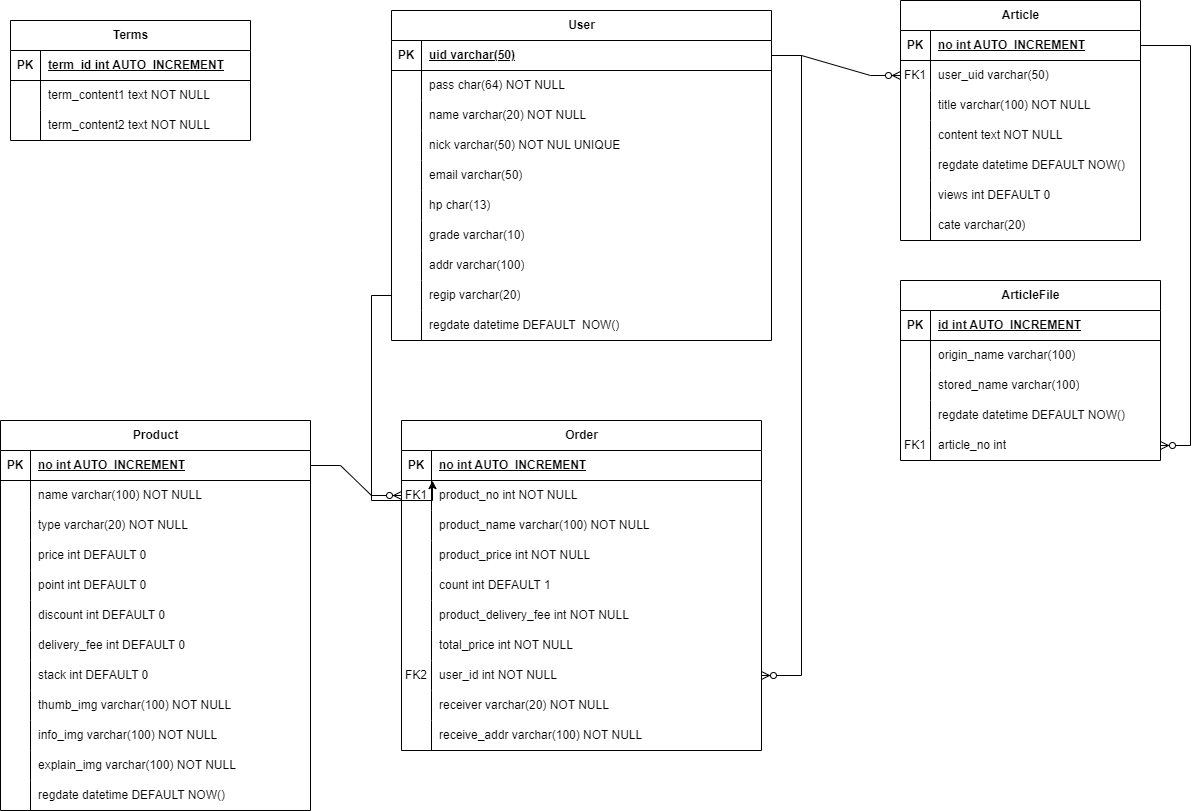
This is Farmstory_JSP/docs/FarmStory.drawio.png from Dangi90/team5, a draw.io export, as it was before one commit. Source tidied: cells renumbered, new cells last; positions are measured from the earlier drawing's top-left corner, leaving out a move shared by most shapes.
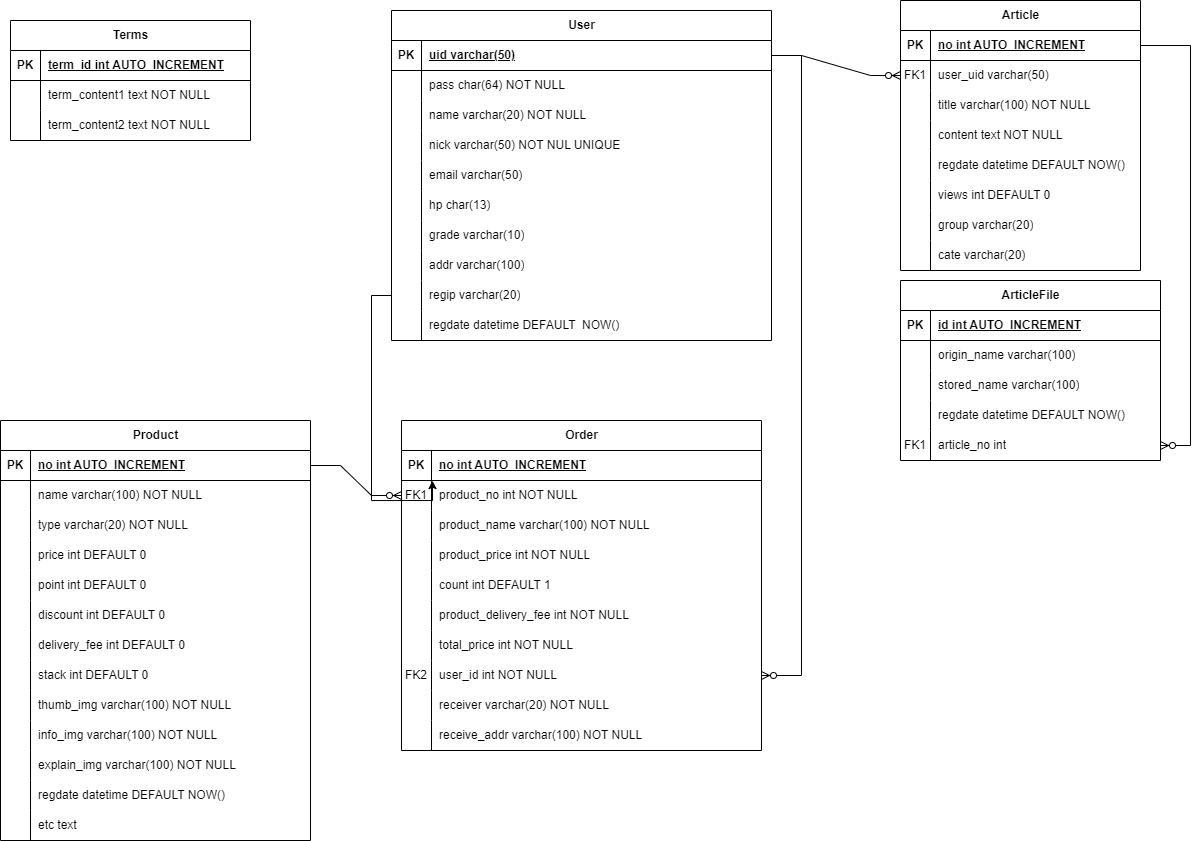
The same file after the commit.

What changed in the source:
```diff
@@ -126,7 +126,7 @@
       <mxGeometry x="30" width="350" height="30" as="geometry" />
     </mxCell>
     <mxCell id="43" value="Article" style="shape=table;startSize=30;rowLines=0;fontStyle=1;align=center;html=1;" parent="1" vertex="1">
-      <mxGeometry x="900" width="240" height="240" as="geometry" />
+      <mxGeometry x="900" width="240" height="270" as="geometry" />
     </mxCell>
     <mxCell id="44" style="shape=tableRow;horizontal=0;startSize=0;swimlaneHead=0;swimlaneBody=0;fillColor=none;points=[[0,0.5],[1,0.5]];portConstraint=eastwest;top=0;left=0;right=0;bottom=1;" parent="43" vertex="1">
       <mxGeometry y="30" width="240" height="30" as="geometry" />
@@ -182,8 +182,17 @@
     <mxCell id="61" value="views int DEFAULT 0" style="shape=partialRectangle;fillColor=none;top=0;left=0;bottom=0;right=0;align=left;spacingLeft=6;overflow=hidden;whiteSpace=wrap;html=1;" parent="59" vertex="1">
       <mxGeometry x="30" width="210" height="30" as="geometry" />
     </mxCell>
+    <mxCell id="154" style="shape=tableRow;horizontal=0;startSize=0;swimlaneHead=0;swimlaneBody=0;fillColor=none;top=0;left=0;right=0;bottom=0;" parent="43" vertex="1">
+      <mxGeometry y="210" width="240" height="30" as="geometry" />
+    </mxCell>
+    <mxCell id="155" style="shape=partialRectangle;fillColor=none;top=0;left=0;bottom=0;right=0;overflow=hidden;whiteSpace=wrap;html=1;" parent="154" vertex="1">
+      <mxGeometry width="30" height="30" as="geometry" />
+    </mxCell>
+    <mxCell id="156" value="group varchar(20)" style="shape=partialRectangle;fillColor=none;top=0;left=0;bottom=0;right=0;align=left;spacingLeft=6;overflow=hidden;whiteSpace=wrap;html=1;" parent="154" vertex="1">
+      <mxGeometry x="30" width="210" height="30" as="geometry" />
+    </mxCell>
     <mxCell id="62" style="shape=tableRow;horizontal=0;startSize=0;swimlaneHead=0;swimlaneBody=0;fillColor=none;top=0;left=0;right=0;bottom=0;" parent="43" vertex="1">
-      <mxGeometry y="210" width="240" height="30" as="geometry" />
+      <mxGeometry y="240" width="240" height="30" as="geometry" />
     </mxCell>
     <mxCell id="63" style="shape=partialRectangle;fillColor=none;top=0;left=0;bottom=0;right=0;overflow=hidden;whiteSpace=wrap;html=1;" parent="62" vertex="1">
       <mxGeometry width="30" height="30" as="geometry" />
@@ -192,7 +201,7 @@
       <mxGeometry x="30" width="210" height="30" as="geometry" />
     </mxCell>
     <mxCell id="65" value="Product" style="shape=table;startSize=30;rowLines=0;fontStyle=1;align=center;html=1;" parent="1" vertex="1">
-      <mxGeometry y="420" width="310" height="390" as="geometry" />
+      <mxGeometry y="420" width="310" height="420" as="geometry" />
     </mxCell>
     <mxCell id="66" style="shape=tableRow;horizontal=0;startSize=0;swimlaneHead=0;swimlaneBody=0;fillColor=none;points=[[0,0.5],[1,0.5]];portConstraint=eastwest;top=0;left=0;right=0;bottom=1;" parent="65" vertex="1">
       <mxGeometry y="30" width="310" height="30" as="geometry" />
@@ -302,6 +311,15 @@
     <mxCell id="101" value="regdate datetime DEFAULT NOW()" style="shape=partialRectangle;fillColor=none;top=0;left=0;bottom=0;right=0;align=left;spacingLeft=6;overflow=hidden;whiteSpace=wrap;html=1;" parent="99" vertex="1">
       <mxGeometry x="30" width="280" height="30" as="geometry" />
     </mxCell>
+    <mxCell id="157" style="shape=tableRow;horizontal=0;startSize=0;swimlaneHead=0;swimlaneBody=0;fillColor=none;top=0;left=0;right=0;bottom=0;" parent="65" vertex="1">
+      <mxGeometry y="390" width="310" height="30" as="geometry" />
+    </mxCell>
+    <mxCell id="158" style="shape=partialRectangle;fillColor=none;top=0;left=0;bottom=0;right=0;overflow=hidden;whiteSpace=wrap;html=1;" parent="157" vertex="1">
+      <mxGeometry width="30" height="30" as="geometry" />
+    </mxCell>
+    <mxCell id="159" value="etc text&amp;nbsp;" style="shape=partialRectangle;fillColor=none;top=0;left=0;bottom=0;right=0;align=left;spacingLeft=6;overflow=hidden;whiteSpace=wrap;html=1;" parent="157" vertex="1">
+      <mxGeometry x="30" width="280" height="30" as="geometry" />
+    </mxCell>
     <mxCell id="102" value="Order" style="shape=table;startSize=30;rowLines=0;fontStyle=1;align=center;html=1;" parent="1" vertex="1">
       <mxGeometry x="401" y="420" width="360" height="330" as="geometry" />
     </mxCell>
```
